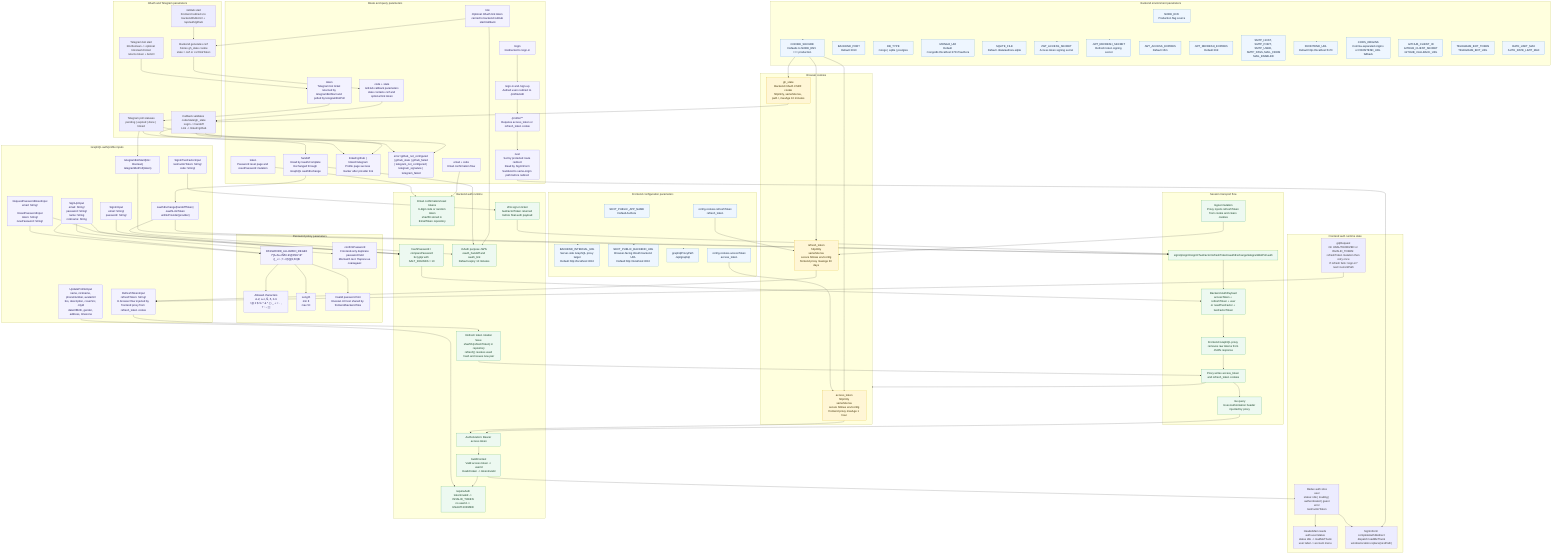
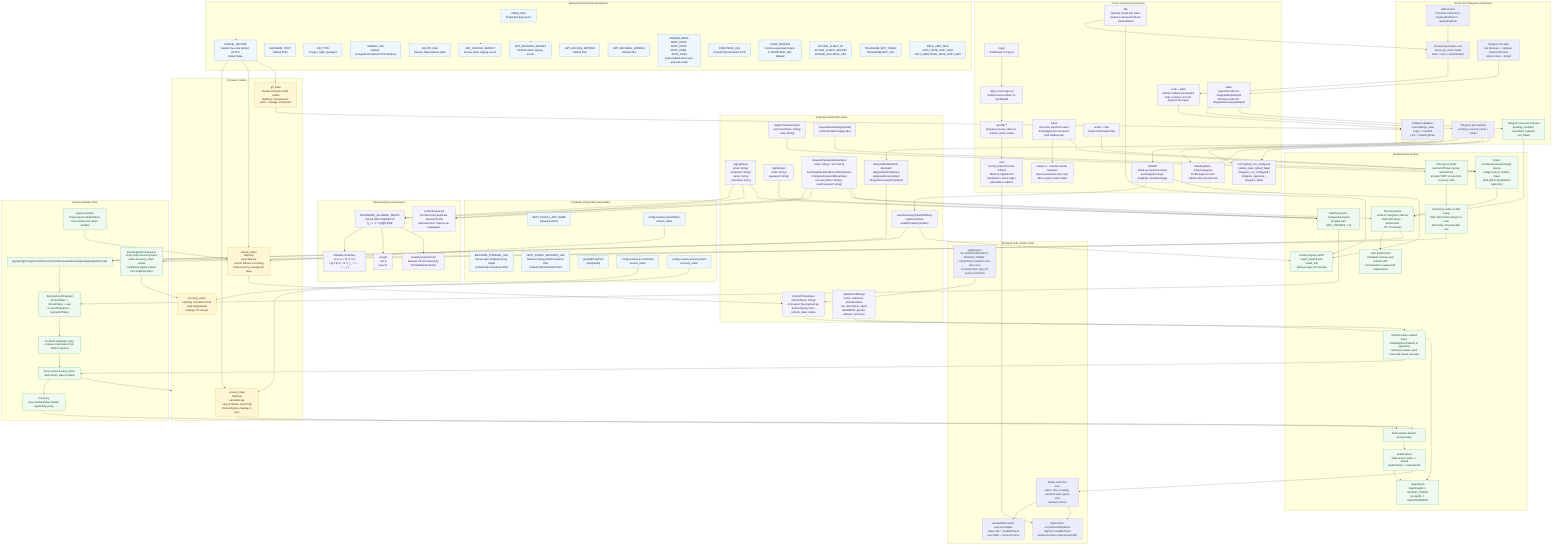
%% Authora authorization and parameters map
- %% Generated from the local repository on 2026-07-08.
+ %% Verified against the local repository on 2026-07-10.
%% Sources:
%% - backend/src/config/env.ts:16-74
%% - backend/src/app/oauthRoutes.ts:8-13, 40-98, 100-144
%% - backend/src/app/graphql/context.ts:22-41
%% - backend/src/app/graphql/resolvers.ts:6-160
%% - backend/src/app/graphql/schema.ts:57-161
%% - backend/src/infrastructure/jwt/hash.ts:1-27
%% - backend/src/infrastructure/jwt/jwt.ts:11-77
%% - backend/src/modules/auth/domain/passwordPolicy.ts:1-8
%% - backend/src/modules/auth/use-cases/AuthUseCases.ts:60-255, 276-523
+ %% - backend/src/modules/auth/use-cases/PasswordUseCases.ts
+ %% - backend/src/modules/auth/domain/RecoveryGrantRepository.ts
%% - frontend/src/shared/config/index.ts:1-20
%% - frontend/src/proxy.ts:4-59
%% - frontend/src/shared/api/requestHandler.ts:31-205
%% - frontend/src/shared/api/graphqlClient.ts:20-80
%% - frontend/src/features/SignInForm/SignInForm.tsx:19-91
%% - frontend/src/features/SignUpForm/SignUpForm.tsx:12-181
%% - frontend/src/app/oauth/complete/OAuthComplete.tsx:11-49
%% - frontend/src/features/GithubLoginButton/GithubLoginButton.tsx:6-19
%% - frontend/src/features/TelegramLoginButton/TelegramLoginButton.tsx:50-126
+ %% - frontend/src/features/PasswordResetForm/PasswordResetForm.tsx
+ %% - frontend/src/features/PasswordResetForm/TelegramRecoveryPanel.tsx

flowchart TD
  subgraph backendEnv["Backend environment parameters"]
    nodeEnv["NODE_ENV<br/>Production flag source"]
-     cookieSecure["COOKIE_SECURE<br/>Defaults to NODE_ENV === production"]
+     cookieSecure["COOKIE_SECURE<br/>Explicit true only behind HTTPS<br/>Default false"]
    backendPort["BACKEND_PORT<br/>Default 3010"]
    dbType["DB_TYPE<br/>mongo | sqlite | postgres"]
    mongoUri["MONGO_URI<br/>Default mongodb://localhost:27017/authora"]
    sqliteFile["SQLITE_FILE<br/>Default ./data/authora.sqlite"]
    jwtAccessSecret["JWT_ACCESS_SECRET<br/>Access token signing secret"]
    jwtRefreshSecret["JWT_REFRESH_SECRET<br/>Refresh token signing secret"]
    jwtAccessExpires["JWT_ACCESS_EXPIRES<br/>Default 15m"]
    jwtRefreshExpires["JWT_REFRESH_EXPIRES<br/>Default 30d"]
-     smtpParams["SMTP_HOST, SMTP_PORT, SMTP_USER, SMTP_PASS, MAIL_FROM<br/>MAIL_ENABLED"]
+     smtpParams["OWNER_EMAIL<br/>SMTP_HOST, SMTP_PORT, SMTP_USER, SMTP_PASS<br/>mail.enabled when user and pass exist"]
    frontendUrl["FRONTEND_URL<br/>Default http://localhost:5178"]
    corsOrigins["CORS_ORIGINS<br/>Comma-separated origins or FRONTEND_URL fallback"]
    githubParams["GITHUB_CLIENT_ID<br/>GITHUB_CLIENT_SECRET<br/>GITHUB_CALLBACK_URL"]
    telegramParams["TELEGRAM_BOT_TOKEN<br/>TELEGRAM_BOT_URL"]
-     rateParams["RATE_LIMIT_MAX<br/>AUTH_RATE_LIMIT_MAX"]
+     rateParams["RATE_LIMIT_MAX<br/>AUTH_RATE_LIMIT_MAX<br/>AUTH_IDENTIFIER_RATE_LIMIT_MAX"]
  end

  subgraph frontendEnv["Frontend configuration parameters"]
    appName["NEXT_PUBLIC_APP_NAME<br/>Default Authora"]
    backendInternalUrl["BACKEND_INTERNAL_URL<br/>Server-side GraphQL proxy target<br/>Default http://localhost:3010"]
    backendPublicUrl["NEXT_PUBLIC_BACKEND_URL<br/>Browser-facing OAuth backend URL<br/>Default http://localhost:3010"]
    graphqlProxyPath["graphqlProxyPath<br/>/api/graphql"]
    accessCookieName["config.cookies.accessToken<br/>access_token"]
    refreshCookieName["config.cookies.refreshToken<br/>refresh_token"]
+     recoveryCookieName["config.cookies.recoveryToken<br/>recovery_token"]
  end

  subgraph browserCookies["Browser cookies"]
    accessCookie["access_token<br/>httpOnly<br/>sameSite lax<br/>secure follows env/config<br/>frontend proxy maxAge 1 hour"]
    refreshCookie["refresh_token<br/>httpOnly<br/>sameSite lax<br/>secure follows env/config<br/>frontend proxy maxAge 30 days"]
    ghStateCookie["gh_state<br/>Backend OAuth CSRF cookie<br/>httpOnly, sameSite lax, path /, maxAge 10 minutes"]
+     recoveryCookie["recovery_token<br/>httpOnly, SameSite Strict<br/>path /api/graphql<br/>maxAge 15 minutes"]
  end

  subgraph routeParams["Route and query parameters"]
    nextParam["next<br/>Set by protected route redirect<br/>Read by SignInForm<br/>Sanitized to same-origin path before redirect"]
    loginAlias["/login<br/>Redirected to /sign-in"]
    profileGuard["/profile/**<br/>Requires access_token or refresh_token cookie"]
    authGuard["/sign-in and /sign-up<br/>Authed users redirect to /profile/edit"]
    githubLinkParam["link<br/>Optional OAuth link token carried to backend GitHub start/callback"]
    githubCallbackParams["code + state<br/>GitHub callback parameters<br/>state contains csrf and optional link token"]
    oauthHandoffParam["handoff<br/>Read by /oauth/complete<br/>Exchanged through GraphQL oauthExchange"]
    linkedParam["linked=github | linked=telegram<br/>Profile page success marker after provider link"]
    errorParam["error=github_not_configured | github_state | github_failed | telegram_not_configured | telegram_signature | telegram_failed"]
-     resetTokenParam["token<br/>Password reset page and resetPassword mutation"]
+     resetTokenParam["token<br/>One-time email link token<br/>Exchanged then removed from address bar"]
+     resetReadyParam["ready=1 + channel=email | telegram<br/>Opens password entry only after a grant cookie exists"]
    confirmEmailParam["email + code<br/>Email confirmation flow"]
-     telegramTicketParam["token<br/>Telegram bot ticket returned by telegramBotStart and polled by telegramBotPoll"]
+     telegramTicketParam["token<br/>Login/link ticket for telegramBotStart/poll<br/>Recovery ticket for telegramRecoveryStart/poll"]
  end

  subgraph graphqlInputs["GraphQL auth/profile inputs"]
    signUpInput["SignUpInput<br/>email: String!<br/>password: String!<br/>name: String<br/>nickname: String"]
    signInInput["SignInInput<br/>email: String!<br/>password: String!"]
    refreshInput["RefreshTokenInput<br/>refreshToken: String!<br/>In browser flow injected by frontend proxy from refresh_token cookie"]
    twoFactorInput["SignInTwoFactorInput<br/>twoFactorToken: String!<br/>code: String!"]
-     passwordResetInput["RequestPasswordResetInput<br/>email: String!<br/><br/>ResetPasswordInput<br/>token: String!<br/>newPassword: String!"]
-     updateProfileInput["UpdateProfileInput<br/>name, nickname, phoneNumber, avatarUrl<br/>bio, description, coverSrc, cityId<br/>dateOfBirth, gender, address, timezone"]
+     passwordResetInput["RequestPasswordResetInput<br/>email: String!, next: String<br/><br/>exchangePasswordResetToken(token)<br/>CompletePasswordResetInput<br/>recoveryToken: String!, newPassword: String!"]
+     emailChangeInput["requestEmailChange(email)<br/>confirmEmailChange(code)"]
+     updateProfileInput["UpdateProfileInput<br/>name, nickname, phoneNumber<br/>bio, description, cityId<br/>dateOfBirth, gender, address, timezone"]
    oauthMutations["oauthExchange(handoffToken)<br/>oauthLinkToken<br/>unlinkProvider(provider)"]
-     telegramMutations["telegramBotStart(link: Boolean)<br/>telegramBotPoll(token)"]
+     telegramMutations["telegramBotStart(link: Boolean)<br/>telegramBotPoll(token)<br/>telegramRecoveryStart<br/>telegramRecoveryPoll(token)"]
  end

  subgraph passwordPolicy["Password policy parameters"]
    passwordRegex["PASSWORD_ALLOWED_REGEX<br/>/^[A-Za-zÑñ0-9!@#$%^&*()_+=.,?:~\\[\\]]{8,50}$/"]
    passwordAllowed["Allowed characters<br/>A-Z, a-z, Ñ, ñ, 0-9<br/>! @ # $ % ^ & * ( ) _ + = . , ? : ~ [ ]"]
    passwordLimit["Length<br/>min 8<br/>max 50"]
    passwordHint["Invalid password hint<br/>Russian UX text shared by frontend/backend files"]
    confirmPassword["confirmPassword<br/>Frontend-only duplicate password field<br/>Mismatch text: Пароли не совпадают."]
  end

  subgraph runtimeState["Frontend auth runtime state"]
    reduxAuth["Redux auth slice<br/>user<br/>status: idle | loading | authenticated | guest<br/>error<br/>twoFactorToken"]
    headerAuth["HeaderMain reads auth.user/status<br/>status idle -> loadMeThunk<br/>user label -> account menu"]
    signInRedirect["SignInForm completeAuthRedirect<br/>dispatch loadMeThunk<br/>window.location.replace(nextPath)"]
    graphQlRefreshClient["gqlRequest<br/>On UNAUTHORIZED or INVALID_TOKEN: refreshToken mutation then retry once<br/>If refresh fails: /sign-in?next=currentPath"]
  end

  subgraph backendAuthRuntime["Backend auth runtime"]
    bearerHeader["Authorization: Bearer access token"]
    contextUser["buildContext<br/>Valid access token -> userId<br/>Invalid token -> tokenInvalid"]
    requireAuth["requireAuth<br/>tokenInvalid -> INVALID_TOKEN<br/>no userId -> UNAUTHORIZED"]
    bcryptHash["hashPassword / comparePassword<br/>bcryptjs with SALT_ROUNDS = 10"]
    refreshRotation["Refresh token rotation<br/>Save sha256(refreshToken) in repository<br/>refresh() revokes used hash and issues new pair"]
-     emailTokens["Email confirmation/reset tokens<br/>6-digit code or random token<br/>sha256 stored in EmailToken repository"]
+     emailTokens["Email confirmation/reset/change tokens<br/>6-digit code or random token<br/>SHA-256 in EmailToken repository"]
+     recoveryGrants["RecoveryGrant<br/>email or Telegram channel<br/>SHA-256 token + authVersion<br/>TTL 15 minutes"]
+     authVersion["User.authVersion<br/>Included in access and refresh JWT<br/>Incremented on password replacement"]
    oauthPurposeTokens["OAuth purpose JWTs<br/>oauth_handoff and oauth_link<br/>Default expiry 10 minutes"]
-     twoFactorTicket["2FA sign-in ticket<br/>twoFactorToken returned before final auth payload"]
+     twoFactorTicket["2FA sign-in ticket<br/>twoFactorToken carries authVersion<br/>accepts TOTP or one-time recovery code"]
+     twoFactorRecoveryCodes["8 recovery codes at 2FA setup<br/>SHA-256 hashes stored on User<br/>atomically removed after use"]
  end

  subgraph transport["Session transport flow"]
    authMutation["signUp/signIn/signInTwoFactor/refreshToken/oauthExchange/telegramBotPoll.auth"]
    authPayload["Backend AuthPayload<br/>accessToken + refreshToken + user<br/>or needTwoFactor + twoFactorToken"]
    proxyStrip["Frontend GraphQL proxy removes raw tokens from JSON response"]
    setCookies["Proxy writes access_token and refresh_token cookies"]
    meQuery["me query<br/>Uses Authorization header injected by proxy"]
    logoutMutation["logout mutation<br/>Proxy injects refreshToken from cookie and clears cookies"]
+     recoveryTransport["Exchange/poll responses<br/>Proxy strips recoveryToken<br/>writes recovery_token cookie<br/>completion injects cookie into GraphQL input"]
  end

  subgraph oauthFlows["OAuth and Telegram parameters"]
    githubStart["GitHub start<br/>Frontend redirects to backendPublicUrl + /api/auth/github"]
    githubCsrf["Backend generates csrf<br/>Stores gh_state cookie<br/>state = csrf or csrf.linkToken"]
    githubComplete["Callback validates code/state/gh_state<br/>Login -> handoff<br/>Link -> linked=github"]
    telegramStart["Telegram bot start<br/>link Boolean -> optional linkUserId ticket<br/>returns token + botUrl"]
    telegramPoll["Telegram poll statuses<br/>pending | expired | done | linked"]
+     telegramRecovery["Telegram recovery statuses<br/>pending | verified | cancelled | expired | not_linked"]
  end

  backendEnv --> cookieSecure
  backendEnv --> jwtAccessSecret
  backendEnv --> jwtRefreshSecret
  backendEnv --> frontendUrl
  frontendEnv --> backendInternalUrl
  frontendEnv --> backendPublicUrl
  frontendEnv --> graphqlProxyPath

  cookieSecure --> accessCookie
  cookieSecure --> refreshCookie
  cookieSecure --> ghStateCookie
  accessCookieName --> accessCookie
  refreshCookieName --> refreshCookie
+   recoveryCookieName --> recoveryCookie

  profileGuard --> nextParam
  nextParam --> signInRedirect
  loginAlias --> authGuard
  authGuard --> profileGuard
+   resetTokenParam --> resetReadyParam

  signUpInput --> passwordRegex
  passwordResetInput --> passwordRegex
  passwordRegex --> passwordAllowed
  passwordRegex --> passwordLimit
  passwordRegex --> passwordHint
  signUpInput --> confirmPassword
+   passwordResetInput --> confirmPassword

  authMutation --> authPayload --> proxyStrip --> setCookies --> browserCookies
  setCookies --> meQuery --> bearerHeader --> contextUser --> requireAuth
  logoutMutation --> refreshCookie
+   recoveryTransport --> recoveryCookie

  graphQlRefreshClient --> refreshInput --> refreshRotation --> setCookies
  accessCookie --> bearerHeader
  refreshCookie --> refreshInput

  signInInput --> bcryptHash
  signUpInput --> bcryptHash
  passwordResetInput --> bcryptHash
  bcryptHash --> authPayload
+   passwordResetInput --> recoveryGrants --> authVersion

  contextUser --> reduxAuth
  reduxAuth --> headerAuth
  reduxAuth --> signInRedirect

  githubStart --> githubCsrf --> githubCallbackParams --> githubComplete
  githubLinkParam --> githubCsrf
  githubComplete --> oauthHandoffParam --> oauthMutations --> authMutation
  githubComplete --> linkedParam
  githubComplete --> errorParam
  ghStateCookie --> githubComplete

  telegramStart --> telegramTicketParam --> telegramPoll --> telegramMutations --> authMutation
+   telegramTicketParam --> telegramRecovery --> recoveryGrants
  telegramPoll --> linkedParam
  telegramPoll --> errorParam

  oauthMutations --> oauthPurposeTokens
  githubLinkParam --> oauthPurposeTokens
  oauthHandoffParam --> oauthPurposeTokens

-   twoFactorInput --> twoFactorTicket --> authMutation
+   twoFactorInput --> twoFactorTicket --> twoFactorRecoveryCodes --> authMutation
  confirmEmailParam --> emailTokens
-   resetTokenParam --> emailTokens
+   resetTokenParam --> emailTokens --> recoveryGrants --> recoveryTransport
+   emailChangeInput --> emailTokens

  updateProfileInput --> requireAuth

  classDef env fill:#eef6ff,stroke:#4d8fd6,color:#10233f;
  classDef cookie fill:#fff6d6,stroke:#d9a300,color:#3b2d00;
  classDef param fill:#f3f2ff,stroke:#7a6cff,color:#211a5a;
  classDef secure fill:#edf9f1,stroke:#2f9e5b,color:#0f3b20;
-   class nodeEnv,cookieSecure,backendPort,dbType,mongoUri,sqliteFile,jwtAccessSecret,jwtRefreshSecret,jwtAccessExpires,jwtRefreshExpires,smtpParams,frontendUrl,corsOrigins,githubParams,telegramParams,rateParams,appName,backendInternalUrl,backendPublicUrl,graphqlProxyPath,accessCookieName,refreshCookieName env;
-   class accessCookie,refreshCookie,ghStateCookie cookie;
-   class nextParam,loginAlias,profileGuard,authGuard,githubLinkParam,githubCallbackParams,oauthHandoffParam,linkedParam,errorParam,resetTokenParam,confirmEmailParam,telegramTicketParam,signUpInput,signInInput,refreshInput,twoFactorInput,passwordResetInput,updateProfileInput,oauthMutations,telegramMutations,passwordRegex,passwordAllowed,passwordLimit,passwordHint,confirmPassword param;
-   class bearerHeader,contextUser,requireAuth,bcryptHash,refreshRotation,emailTokens,oauthPurposeTokens,twoFactorTicket,authMutation,authPayload,proxyStrip,setCookies,meQuery,logoutMutation secure;
+   class nodeEnv,cookieSecure,backendPort,dbType,mongoUri,sqliteFile,jwtAccessSecret,jwtRefreshSecret,jwtAccessExpires,jwtRefreshExpires,smtpParams,frontendUrl,corsOrigins,githubParams,telegramParams,rateParams,appName,backendInternalUrl,backendPublicUrl,graphqlProxyPath,accessCookieName,refreshCookieName,recoveryCookieName env;
+   class accessCookie,refreshCookie,ghStateCookie,recoveryCookie cookie;
+   class nextParam,loginAlias,profileGuard,authGuard,githubLinkParam,githubCallbackParams,oauthHandoffParam,linkedParam,errorParam,resetTokenParam,resetReadyParam,confirmEmailParam,telegramTicketParam,signUpInput,signInInput,refreshInput,twoFactorInput,passwordResetInput,emailChangeInput,updateProfileInput,oauthMutations,telegramMutations,passwordRegex,passwordAllowed,passwordLimit,passwordHint,confirmPassword param;
+   class bearerHeader,contextUser,requireAuth,bcryptHash,refreshRotation,emailTokens,recoveryGrants,authVersion,oauthPurposeTokens,twoFactorTicket,twoFactorRecoveryCodes,authMutation,authPayload,proxyStrip,setCookies,meQuery,logoutMutation,recoveryTransport,telegramRecovery secure;
